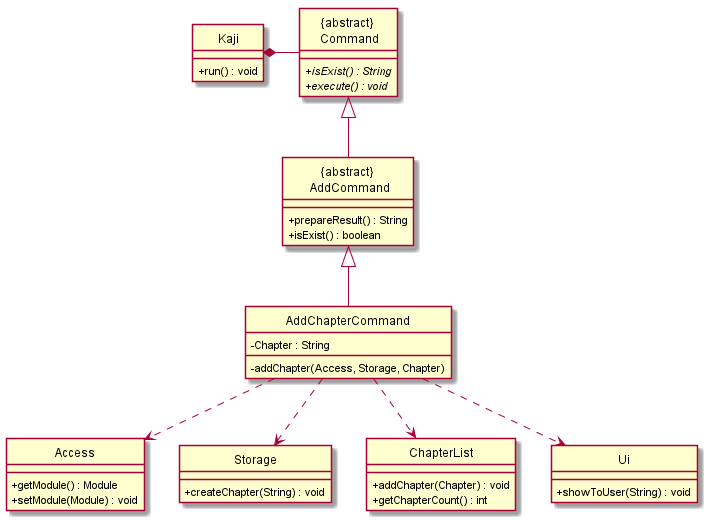
This is docs/UML/AddChapterCommandClass.png from nus-cs2113-AY2021S1/tp, a PlantUML export, as it was before one commit.
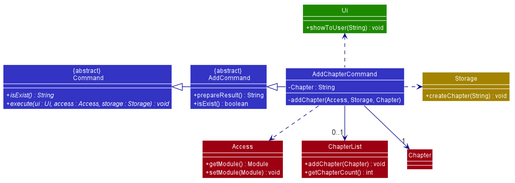
Above is the later version.

Change to the diagram source:
```diff
@@ -1,51 +1,101 @@
 @startuml
 
-hide circle
-skinparam classAttributeIconSize 0
 
-class "{abstract} \n AddCommand"{
-  + prepareResult() : String
-  + isExist() : boolean
+
+
+
+
+
+
+skinparam BackgroundColor #FFFFFFF
+
+skinparam Shadowing false
+
+skinparam Class {
+    FontColor #FFFFFF
+    BorderThickness 1
+    BorderColor #FFFFFF
+    StereotypeFontColor #FFFFFF
+    FontName Arial
 }
 
-class "{abstract} \n Command"{
-  + isExist() : String {abstract}
-  + execute() : void {abstract}
+skinparam Actor {
+    BorderColor #000000
+    Color #000000
+    FontName Arial
 }
 
-class "Kaji" {
-    + run() : void
+skinparam Sequence {
+    MessageAlign center
+    BoxFontSize 15
+    BoxPadding 0
+    BoxFontColor #FFFFFF
+    FontName Arial
 }
 
-class "Access" {
+skinparam Participant {
+    FontColor #FFFFFFF
+    Padding 20
+}
+
+skinparam MinClassWidth 50
+skinparam ParticipantPadding 10
+skinparam Shadowing false
+skinparam DefaultTextAlignment center
+skinparam packageStyle Rectangle
+skinparam classAttributeIconSize 0
+skinparam classAttributeFontColor white
+skinparam classAttributeFontSize 12
+
+hide footbox
+hide members
+hide circle
+show member
+skinparam arrowThickness 1.1
+
+class "{abstract} \n AddCommand" as AddCommand #3333C4{
+    + prepareResult() : String
+    + isExist() : boolean
+}
+
+class "{abstract} \n Command" as Command #3333C4{
+    + {abstract} isExist() : String
+    + {abstract} execute(ui : Ui, access : Access, storage : Storage) : void
+}
+
+class "Access" #9D0012 {
     + getModule() : Module
     + setModule(Module) : void
 }
 
-class "Storage" {
+class "Storage" #A38300 {
     + createChapter(String) : void
 }
 
-class "ChapterList" {
+class "ChapterList" #9D0012 {
     + addChapter(Chapter) : void
     + getChapterCount() : int
 }
 
-class "Ui" {
+class "Ui" #1D8900 {
     + showToUser(String) : void
 }
 
-"{abstract} \n AddCommand" <|-- AddChapterCommand
-AddChapterCommand : - Chapter : String
-AddChapterCommand : - addChapter(Access, Storage, Chapter)
+class AddChapterCommand #3333C4 {
+    - Chapter : String
+    - addChapter(Access, Storage, Chapter)
+}
 
-"{abstract} \n Command" <|-- "{abstract} \n AddCommand"
+class Chapter #9D0012 {
+}
 
-Kaji *- "{abstract} \n Command"
+AddCommand <|-right[#101086]- AddChapterCommand
+Command <|-right[#101086]- AddCommand
 
-AddChapterCommand ..> Access
-AddChapterCommand ..> Storage
-AddChapterCommand ..> ChapterList
-AddChapterCommand ..> Ui
+AddChapterCommand .down[#101086].> Access
+AddChapterCommand .right[#101086].> Storage
+AddChapterCommand -down[#101086]-> "0..1" ChapterList
+AddChapterCommand .up[#101086].> Ui
+AddChapterCommand -down[#101086]-> "1" Chapter
 
 @enduml
```
